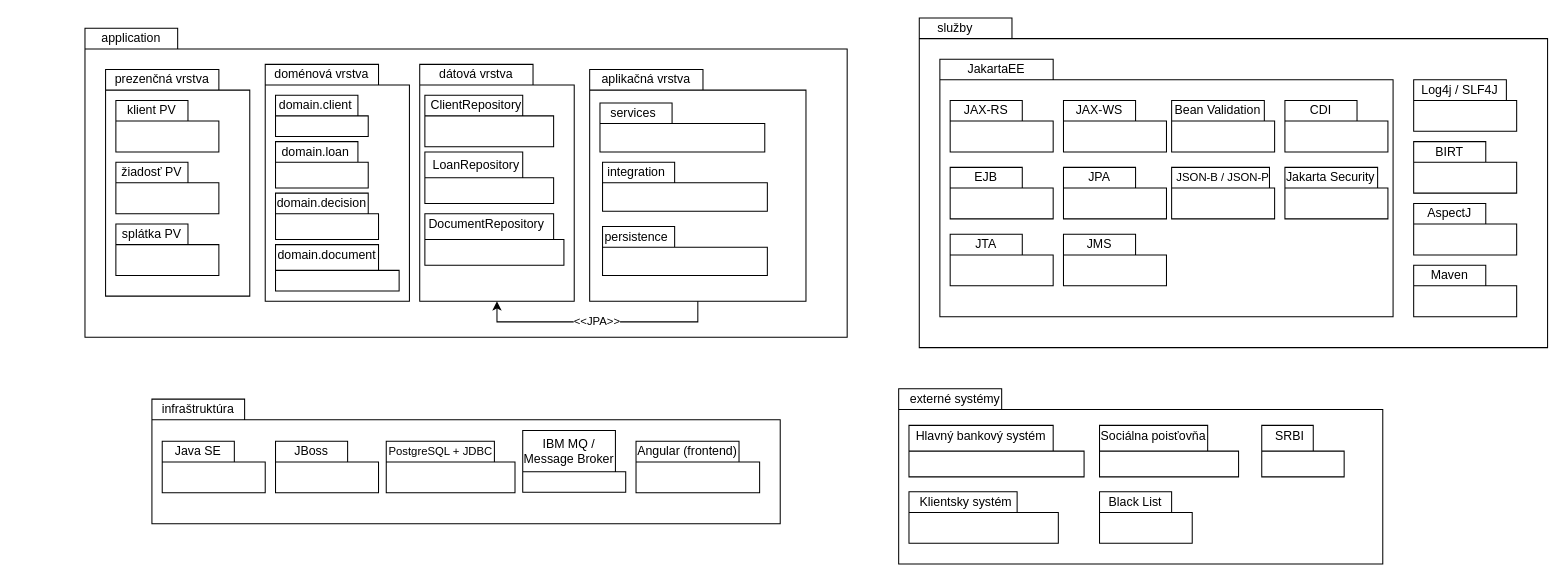
Earlier version of the draw.io diagram page "cv3_uml" (3 of 3) of uml.drawio (matuskova/vyvoj_velkych_softverovych_aplikacii). Source tidied: cells renumbered, new cells numbered last; positions are measured from the earlier drawing's top-left corner, leaving out a move shared by most shapes. Both pictures are drawn from the tidied source at 103%, with x=0, y=0 at pixel (84, 18).
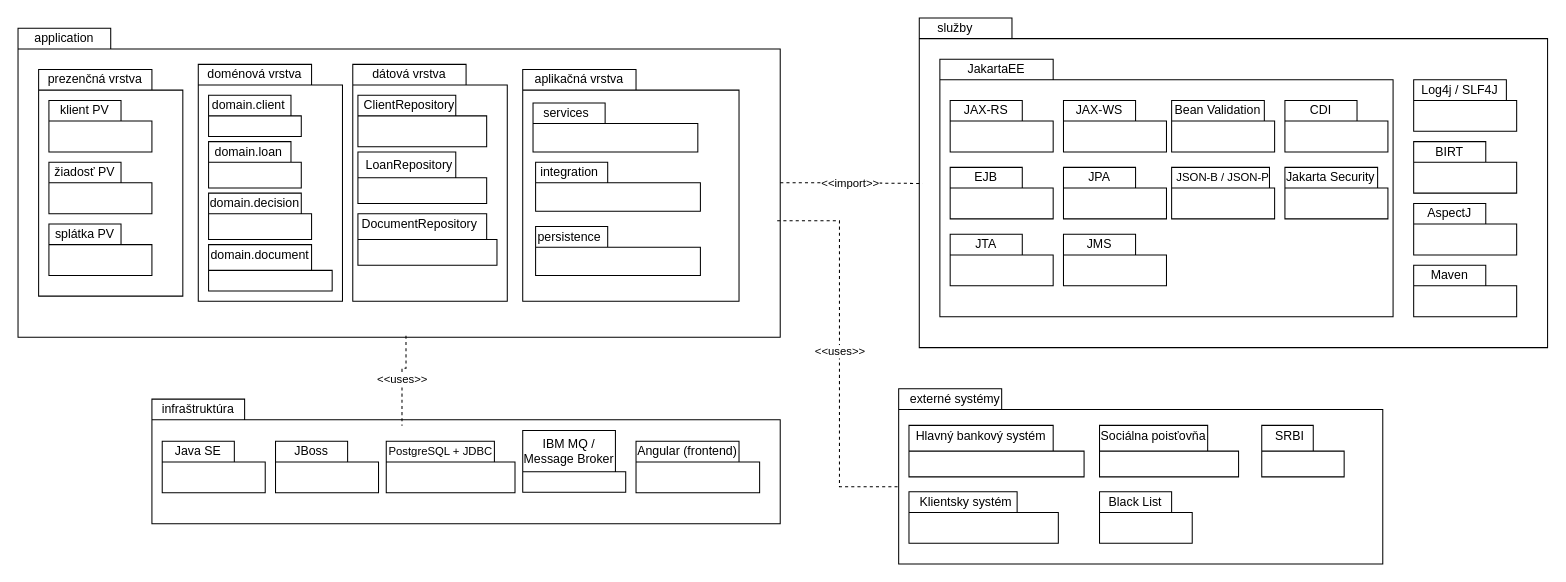
The same page after the edit.

Unchanged cells that the change refers to:
```xml
<mxCell id="6" style="shape=folder;fontStyle=1;spacingTop=10;tabWidth=90;tabHeight=20;tabPosition=left;html=1;whiteSpace=wrap;" parent="1" vertex="1">
  <mxGeometry x="810" width="610" height="320" as="geometry" />
</mxCell>
<mxCell id="38" style="shape=folder;fontStyle=1;spacingTop=10;tabWidth=90;tabHeight=20;tabPosition=left;html=1;whiteSpace=wrap;" parent="1" vertex="1">
  <mxGeometry x="65" y="370" width="610" height="121" as="geometry" />
</mxCell>
<mxCell id="76" style="shape=folder;fontStyle=1;spacingTop=10;tabWidth=100;tabHeight=20;tabPosition=left;html=1;whiteSpace=wrap;" parent="1" vertex="1">
  <mxGeometry x="790" y="360" width="470" height="170" as="geometry" />
</mxCell>
```

The edit, as a diff of the source:
```diff
@@
     <mxCell id="2" style="shape=folder;fontStyle=1;spacingTop=10;tabWidth=90;tabHeight=20;tabPosition=left;html=1;whiteSpace=wrap;" parent="1" vertex="1">
-      <mxGeometry y="10" width="740" height="300" as="geometry" />
+      <mxGeometry x="-65" y="10" width="740" height="300" as="geometry" />
     </mxCell>
     <mxCell id="3" value="application" style="text;html=1;align=center;verticalAlign=middle;whiteSpace=wrap;rounded=0;" parent="1" vertex="1">
-      <mxGeometry y="10" width="90" height="20" as="geometry" />
+      <mxGeometry x="-65" y="10" width="90" height="20" as="geometry" />
     </mxCell>
     <mxCell id="4" style="shape=folder;fontStyle=1;spacingTop=10;tabWidth=110;tabHeight=20;tabPosition=left;html=1;whiteSpace=wrap;" parent="1" vertex="1">
-      <mxGeometry x="20" y="50" width="140" height="220" as="geometry" />
+      <mxGeometry x="-45" y="50" width="140" height="220" as="geometry" />
     </mxCell>
     <mxCell id="5" value="prezenčná vrstva" style="text;html=1;align=center;verticalAlign=middle;whiteSpace=wrap;rounded=0;" parent="1" vertex="1">
-      <mxGeometry x="20" y="50" width="110" height="20" as="geometry" />
+      <mxGeometry x="-45" y="50" width="110" height="20" as="geometry" />
     </mxCell>
@@
     <mxCell id="50" style="shape=folder;fontStyle=1;spacingTop=10;tabWidth=70;tabHeight=20;tabPosition=left;html=1;whiteSpace=wrap;" parent="1" vertex="1">
-      <mxGeometry x="30" y="80" width="100" height="50" as="geometry" />
+      <mxGeometry x="-35" y="80" width="100" height="50" as="geometry" />
     </mxCell>
     <mxCell id="51" value="klient PV" style="text;html=1;align=center;verticalAlign=middle;whiteSpace=wrap;rounded=0;" parent="1" vertex="1">
-      <mxGeometry x="30" y="80" width="70" height="20" as="geometry" />
+      <mxGeometry x="-35" y="80" width="70" height="20" as="geometry" />
     </mxCell>
     <mxCell id="52" style="shape=folder;fontStyle=1;spacingTop=10;tabWidth=70;tabHeight=20;tabPosition=left;html=1;whiteSpace=wrap;" parent="1" vertex="1">
-      <mxGeometry x="30" y="140" width="100" height="50" as="geometry" />
+      <mxGeometry x="-35" y="140" width="100" height="50" as="geometry" />
     </mxCell>
     <mxCell id="53" value="žiadosť PV" style="text;html=1;align=center;verticalAlign=middle;whiteSpace=wrap;rounded=0;" parent="1" vertex="1">
-      <mxGeometry x="30" y="140" width="70" height="20" as="geometry" />
+      <mxGeometry x="-35" y="140" width="70" height="20" as="geometry" />
     </mxCell>
     <mxCell id="54" style="shape=folder;fontStyle=1;spacingTop=10;tabWidth=70;tabHeight=20;tabPosition=left;html=1;whiteSpace=wrap;" parent="1" vertex="1">
-      <mxGeometry x="30" y="200" width="100" height="50" as="geometry" />
+      <mxGeometry x="-35" y="200" width="100" height="50" as="geometry" />
     </mxCell>
     <mxCell id="55" value="splátka PV" style="text;html=1;align=center;verticalAlign=middle;whiteSpace=wrap;rounded=0;" parent="1" vertex="1">
-      <mxGeometry x="30" y="200" width="70" height="20" as="geometry" />
+      <mxGeometry x="-35" y="200" width="70" height="20" as="geometry" />
     </mxCell>
     <mxCell id="56" style="shape=folder;fontStyle=1;spacingTop=10;tabWidth=110;tabHeight=20;tabPosition=left;html=1;whiteSpace=wrap;" parent="1" vertex="1">
-      <mxGeometry x="490" y="50" width="210" height="225" as="geometry" />
+      <mxGeometry x="425" y="50" width="210" height="225" as="geometry" />
     </mxCell>
     <mxCell id="57" value="aplikačná vrstva" style="text;html=1;align=center;verticalAlign=middle;whiteSpace=wrap;rounded=0;" parent="1" vertex="1">
-      <mxGeometry x="490" y="50" width="110" height="20" as="geometry" />
+      <mxGeometry x="425" y="50" width="110" height="20" as="geometry" />
     </mxCell>
     <mxCell id="58" style="shape=folder;fontStyle=1;spacingTop=10;tabWidth=110;tabHeight=20;tabPosition=left;html=1;whiteSpace=wrap;" parent="1" vertex="1">
-      <mxGeometry x="175" y="45" width="140" height="230" as="geometry" />
+      <mxGeometry x="110" y="45" width="140" height="230" as="geometry" />
     </mxCell>
     <mxCell id="59" value="doménová vrstva" style="text;html=1;align=center;verticalAlign=middle;whiteSpace=wrap;rounded=0;" parent="1" vertex="1">
-      <mxGeometry x="175" y="45" width="110" height="20" as="geometry" />
+      <mxGeometry x="110" y="45" width="110" height="20" as="geometry" />
     </mxCell>
     <mxCell id="60" style="shape=folder;fontStyle=1;spacingTop=10;tabWidth=80;tabHeight=20;tabPosition=left;html=1;whiteSpace=wrap;" parent="1" vertex="1">
-      <mxGeometry x="185" y="75" width="90" height="40" as="geometry" />
+      <mxGeometry x="120" y="75" width="90" height="40" as="geometry" />
     </mxCell>
     <mxCell id="61" value="domain.client" style="text;html=1;align=center;verticalAlign=middle;whiteSpace=wrap;rounded=0;" parent="1" vertex="1">
-      <mxGeometry x="189" y="75" width="70" height="20" as="geometry" />
+      <mxGeometry x="124" y="75" width="70" height="20" as="geometry" />
     </mxCell>
     <mxCell id="62" style="shape=folder;fontStyle=1;spacingTop=10;tabWidth=80;tabHeight=20;tabPosition=left;html=1;whiteSpace=wrap;" parent="1" vertex="1">
-      <mxGeometry x="185" y="120" width="90" height="45" as="geometry" />
+      <mxGeometry x="120" y="120" width="90" height="45" as="geometry" />
     </mxCell>
     <mxCell id="63" value="domain.loan" style="text;html=1;align=center;verticalAlign=middle;whiteSpace=wrap;rounded=0;" parent="1" vertex="1">
-      <mxGeometry x="189" y="120" width="70" height="20" as="geometry" />
+      <mxGeometry x="124" y="120" width="70" height="20" as="geometry" />
     </mxCell>
     <mxCell id="64" style="shape=folder;fontStyle=1;spacingTop=10;tabWidth=90;tabHeight=20;tabPosition=left;html=1;whiteSpace=wrap;" parent="1" vertex="1">
-      <mxGeometry x="185" y="170" width="100" height="45" as="geometry" />
+      <mxGeometry x="120" y="170" width="100" height="45" as="geometry" />
     </mxCell>
     <mxCell id="65" value="domain.decision" style="text;html=1;align=center;verticalAlign=middle;whiteSpace=wrap;rounded=0;" parent="1" vertex="1">
-      <mxGeometry x="195" y="170" width="70" height="20" as="geometry" />
+      <mxGeometry x="130" y="170" width="70" height="20" as="geometry" />
     </mxCell>
     <mxCell id="66" style="shape=folder;fontStyle=1;spacingTop=10;tabWidth=100;tabHeight=25;tabPosition=left;html=1;whiteSpace=wrap;" parent="1" vertex="1">
-      <mxGeometry x="185" y="220" width="120" height="45" as="geometry" />
+      <mxGeometry x="120" y="220" width="120" height="45" as="geometry" />
     </mxCell>
     <mxCell id="67" value="domain.document" style="text;html=1;align=center;verticalAlign=middle;whiteSpace=wrap;rounded=0;" parent="1" vertex="1">
-      <mxGeometry x="200" y="220" width="70" height="20" as="geometry" />
+      <mxGeometry x="135" y="220" width="70" height="20" as="geometry" />
     </mxCell>
     <mxCell id="68" style="shape=folder;fontStyle=1;spacingTop=10;tabWidth=110;tabHeight=20;tabPosition=left;html=1;whiteSpace=wrap;" parent="1" vertex="1">
-      <mxGeometry x="325" y="45" width="150" height="230" as="geometry" />
+      <mxGeometry x="260" y="45" width="150" height="230" as="geometry" />
     </mxCell>
     <mxCell id="69" value="dátová vrstva" style="text;html=1;align=center;verticalAlign=middle;whiteSpace=wrap;rounded=0;" parent="1" vertex="1">
-      <mxGeometry x="325" y="45" width="110" height="20" as="geometry" />
+      <mxGeometry x="260" y="45" width="110" height="20" as="geometry" />
     </mxCell>
     <mxCell id="70" style="shape=folder;fontStyle=1;spacingTop=10;tabWidth=95;tabHeight=20;tabPosition=left;html=1;whiteSpace=wrap;" parent="1" vertex="1">
-      <mxGeometry x="330" y="75" width="125" height="50" as="geometry" />
+      <mxGeometry x="265" y="75" width="125" height="50" as="geometry" />
     </mxCell>
     <mxCell id="71" value="ClientRepository" style="text;html=1;align=center;verticalAlign=middle;whiteSpace=wrap;rounded=0;" parent="1" vertex="1">
-      <mxGeometry x="345" y="75" width="70" height="20" as="geometry" />
+      <mxGeometry x="280" y="75" width="70" height="20" as="geometry" />
     </mxCell>
     <mxCell id="72" style="shape=folder;fontStyle=1;spacingTop=10;tabWidth=95;tabHeight=25;tabPosition=left;html=1;whiteSpace=wrap;" parent="1" vertex="1">
-      <mxGeometry x="330" y="130" width="125" height="50" as="geometry" />
+      <mxGeometry x="265" y="130" width="125" height="50" as="geometry" />
     </mxCell>
     <mxCell id="73" value="LoanRepository" style="text;html=1;align=center;verticalAlign=middle;whiteSpace=wrap;rounded=0;" parent="1" vertex="1">
-      <mxGeometry x="345" y="132.5" width="70" height="20" as="geometry" />
+      <mxGeometry x="280" y="132.5" width="70" height="20" as="geometry" />
     </mxCell>
     <mxCell id="74" style="shape=folder;fontStyle=1;spacingTop=10;tabWidth=125;tabHeight=25;tabPosition=left;html=1;whiteSpace=wrap;" parent="1" vertex="1">
-      <mxGeometry x="330" y="190" width="135" height="50" as="geometry" />
+      <mxGeometry x="265" y="190" width="135" height="50" as="geometry" />
     </mxCell>
     <mxCell id="75" value="DocumentRepository" style="text;html=1;align=center;verticalAlign=middle;whiteSpace=wrap;rounded=0;" parent="1" vertex="1">
-      <mxGeometry x="355" y="190" width="70" height="20" as="geometry" />
+      <mxGeometry x="290" y="190" width="70" height="20" as="geometry" />
     </mxCell>
@@
     <mxCell id="88" style="shape=folder;fontStyle=1;spacingTop=10;tabWidth=70;tabHeight=20;tabPosition=left;html=1;whiteSpace=wrap;" parent="1" vertex="1">
-      <mxGeometry x="500" y="82.5" width="160" height="47.5" as="geometry" />
+      <mxGeometry x="435" y="82.5" width="160" height="47.5" as="geometry" />
     </mxCell>
     <mxCell id="89" value="services" style="text;html=1;align=center;verticalAlign=middle;whiteSpace=wrap;rounded=0;" parent="1" vertex="1">
-      <mxGeometry x="495" y="80" width="75" height="25" as="geometry" />
+      <mxGeometry x="430" y="80" width="75" height="25" as="geometry" />
     </mxCell>
     <mxCell id="90" style="shape=folder;fontStyle=1;spacingTop=10;tabWidth=70;tabHeight=20;tabPosition=left;html=1;whiteSpace=wrap;" parent="1" vertex="1">
-      <mxGeometry x="502.5" y="140" width="160" height="47.5" as="geometry" />
+      <mxGeometry x="437.5" y="140" width="160" height="47.5" as="geometry" />
     </mxCell>
     <mxCell id="91" value="integration" style="text;html=1;align=center;verticalAlign=middle;whiteSpace=wrap;rounded=0;" parent="1" vertex="1">
-      <mxGeometry x="497.5" y="137.5" width="75" height="25" as="geometry" />
+      <mxGeometry x="432.5" y="137.5" width="75" height="25" as="geometry" />
     </mxCell>
     <mxCell id="92" style="shape=folder;fontStyle=1;spacingTop=10;tabWidth=70;tabHeight=20;tabPosition=left;html=1;whiteSpace=wrap;" parent="1" vertex="1">
-      <mxGeometry x="502.5" y="202.5" width="160" height="47.5" as="geometry" />
+      <mxGeometry x="437.5" y="202.5" width="160" height="47.5" as="geometry" />
     </mxCell>
     <mxCell id="93" value="persistence" style="text;html=1;align=center;verticalAlign=middle;whiteSpace=wrap;rounded=0;" parent="1" vertex="1">
-      <mxGeometry x="497.5" y="200" width="75" height="25" as="geometry" />
+      <mxGeometry x="432.5" y="200" width="75" height="25" as="geometry" />
     </mxCell>
-    <mxCell id="94" value="&amp;lt;&amp;lt;JPA&amp;gt;&amp;gt;" style="edgeStyle=orthogonalEdgeStyle;rounded=0;jettySize=auto;html=1;entryX=0.5;entryY=1;entryDx=0;entryDy=0;entryPerimeter=0;exitX=0.5;exitY=1;exitDx=0;exitDy=0;exitPerimeter=0;" parent="1" edge="1" source="56" target="68">
-      <mxGeometry relative="1" as="geometry" />
-    </mxCell>
+    <mxCell id="95" value="&amp;lt;&amp;lt;import&amp;gt;&amp;gt;" style="edgeStyle=orthogonalEdgeStyle;rounded=0;jettySize=auto;html=1;entryX=0.005;entryY=0.502;entryDx=0;entryDy=0;entryPerimeter=0;endArrow=none;endFill=0;dashed=1;" parent="1" edge="1" source="2" target="6">
+      <mxGeometry relative="1" as="geometry" />
+    </mxCell>
+    <mxCell id="96" value="&amp;lt;&amp;lt;uses&amp;gt;&amp;gt;" style="edgeStyle=orthogonalEdgeStyle;rounded=0;jettySize=auto;html=1;entryX=0;entryY=0;entryDx=0;entryDy=95;entryPerimeter=0;exitX=0.996;exitY=0.623;exitDx=0;exitDy=0;exitPerimeter=0;endArrow=none;endFill=0;dashed=1;" parent="1" edge="1" source="2" target="76">
+      <mxGeometry relative="1" as="geometry" />
+    </mxCell>
+    <mxCell id="97" value="&amp;lt;&amp;lt;uses&amp;gt;&amp;gt;" style="edgeStyle=orthogonalEdgeStyle;rounded=0;jettySize=auto;html=1;entryX=0.398;entryY=0.214;entryDx=0;entryDy=0;entryPerimeter=0;endArrow=none;endFill=0;dashed=1;exitX=0.509;exitY=0.995;exitDx=0;exitDy=0;exitPerimeter=0;" parent="1" edge="1" source="2" target="38">
+      <mxGeometry relative="1" as="geometry" />
+    </mxCell>
```
